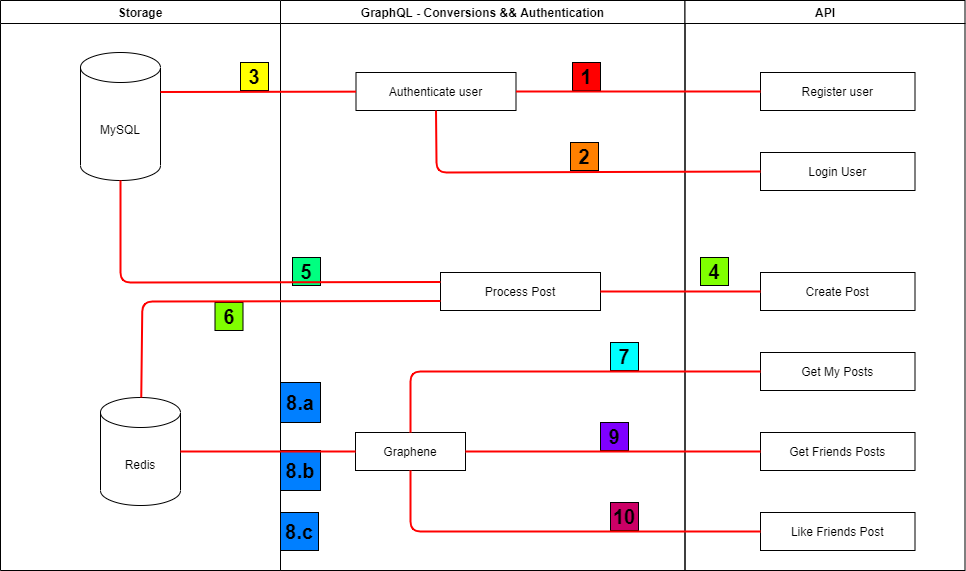
Above: images/Architecture.png in Skhendle/Blogger-Block (draw.io), before the change. Source tidied: cells renumbered, new cells last; positions are measured from the earlier drawing's top-left corner, leaving out a move shared by most shapes.
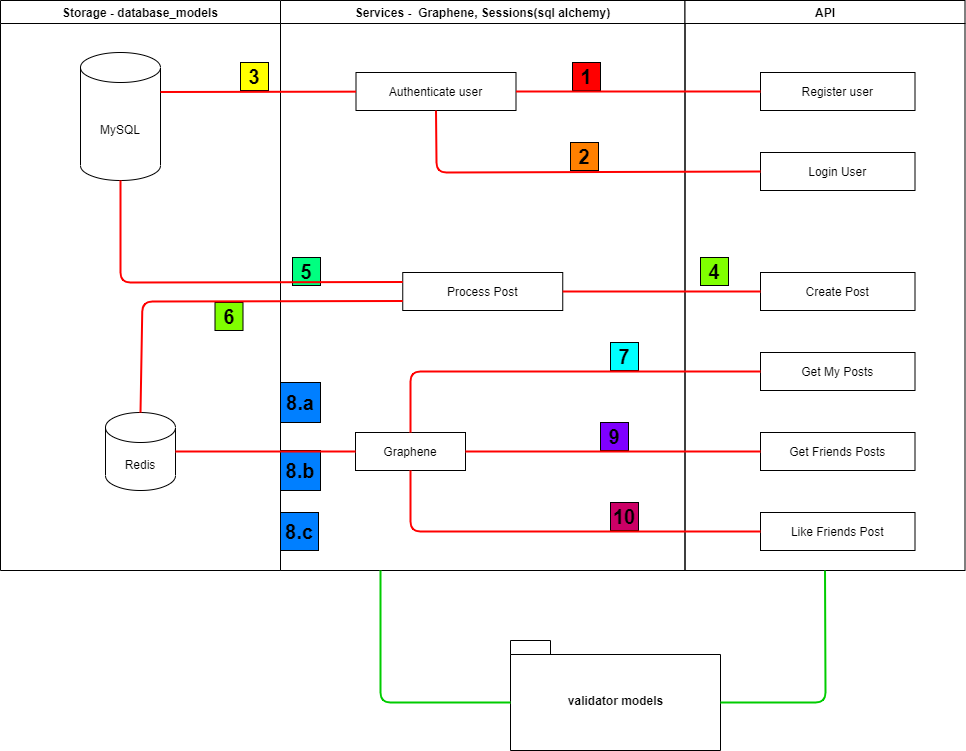
After the change.

Change to the diagram source:
```diff
@@ -2,7 +2,7 @@
   <root>
     <mxCell id="0" />
     <mxCell id="1" parent="0" />
-    <mxCell id="2" value="Storage" style="swimlane;whiteSpace=wrap;" parent="1" vertex="1">
+    <mxCell id="2" value="Storage - database_models" style="swimlane;whiteSpace=wrap;" parent="1" vertex="1">
       <mxGeometry width="280" height="570" as="geometry" />
     </mxCell>
     <mxCell id="3" value="&lt;b&gt;&lt;font style=&quot;font-size: 20px&quot;&gt;3&lt;/font&gt;&lt;/b&gt;" style="whiteSpace=wrap;html=1;fillColor=#FFFF00;" parent="2" vertex="1">
@@ -15,9 +15,9 @@
       <mxGeometry x="80" y="52" width="80" height="128" as="geometry" />
     </mxCell>
     <mxCell id="6" value="Redis" style="shape=cylinder3;whiteSpace=wrap;html=1;boundedLbl=1;backgroundOutline=1;size=15;" parent="2" vertex="1">
-      <mxGeometry x="100" y="397" width="80" height="108" as="geometry" />
+      <mxGeometry x="105" y="412" width="70" height="78" as="geometry" />
     </mxCell>
-    <mxCell id="7" value="GraphQL - Conversions &amp;&amp; Authentication" style="swimlane;whiteSpace=wrap;" parent="1" vertex="1">
+    <mxCell id="7" value="Services -  Graphene, Sessions(sql alchemy)" style="swimlane;whiteSpace=wrap;" parent="1" vertex="1">
       <mxGeometry x="280" width="404.5" height="570" as="geometry" />
     </mxCell>
     <mxCell id="8" value="Graphene" parent="7" vertex="1">
@@ -27,7 +27,7 @@
       <mxGeometry x="75.5" y="72" width="160" height="38" as="geometry" />
     </mxCell>
     <mxCell id="10" value="Process Post" parent="7" vertex="1">
-      <mxGeometry x="160" y="272" width="160" height="38" as="geometry" />
+      <mxGeometry x="122.2" y="272" width="160" height="38" as="geometry" />
     </mxCell>
     <mxCell id="11" value="&lt;b&gt;&lt;font style=&quot;font-size: 20px&quot;&gt;2&lt;/font&gt;&lt;/b&gt;" style="whiteSpace=wrap;html=1;fillColor=#FF8000;" parent="7" vertex="1">
       <mxGeometry x="290" y="142" width="28" height="28" as="geometry" />
@@ -107,7 +107,7 @@
         </Array>
       </mxGeometry>
     </mxCell>
-    <mxCell id="33" style="endArrow=none;html=1;strokeColor=#FF0000;entryX=0;entryY=0.5;entryDx=0;entryDy=0;strokeWidth=2;" parent="1" edge="1" source="6" target="8">
+    <mxCell id="33" style="endArrow=none;html=1;strokeColor=#FF0000;entryX=0;entryY=0.5;entryDx=0;entryDy=0;strokeWidth=2;exitX=1;exitY=0.5;exitDx=0;exitDy=0;exitPerimeter=0;" parent="1" edge="1" source="6" target="8">
       <mxGeometry relative="1" as="geometry" />
     </mxCell>
     <mxCell id="34" style="endArrow=none;html=1;strokeColor=#FF0000;strokeWidth=2;exitX=1;exitY=0;exitDx=0;exitDy=39.5;exitPerimeter=0;" parent="1" edge="1" source="5" target="9">
@@ -123,12 +123,30 @@
         </Array>
       </mxGeometry>
     </mxCell>
-    <mxCell id="37" style="endArrow=none;html=1;strokeColor=#FF0000;entryX=0;entryY=0.75;entryDx=0;entryDy=0;strokeWidth=2;" parent="1" edge="1" source="6" target="10">
+    <mxCell id="37" style="endArrow=none;html=1;strokeColor=#FF0000;entryX=0;entryY=0.75;entryDx=0;entryDy=0;strokeWidth=2;exitX=0.5;exitY=0;exitDx=0;exitDy=0;exitPerimeter=0;" parent="1" edge="1" source="6" target="10">
       <mxGeometry relative="1" as="geometry">
         <Array as="points">
           <mxPoint x="142" y="301" />
         </Array>
       </mxGeometry>
     </mxCell>
+    <mxCell id="38" value="validator models" style="shape=folder;fontStyle=1;spacingTop=10;tabWidth=40;tabHeight=14;tabPosition=left;html=1;" parent="1" vertex="1">
+      <mxGeometry x="510" y="640" width="210" height="110" as="geometry" />
+    </mxCell>
+    <mxCell id="39" style="endArrow=none;html=1;strokeWidth=2;strokeColor=#00CC00;exitX=0;exitY=0;exitDx=210;exitDy=62;exitPerimeter=0;entryX=0.5;entryY=1;entryDx=0;entryDy=0;" parent="1" edge="1" source="38" target="20">
+      <mxGeometry relative="1" as="geometry">
+        <Array as="points">
+          <mxPoint x="825" y="702" />
+        </Array>
+      </mxGeometry>
+    </mxCell>
+    <mxCell id="40" style="endArrow=none;html=1;strokeWidth=2;strokeColor=#00CC00;exitX=0;exitY=0;exitDx=0;exitDy=62;exitPerimeter=0;" parent="1" edge="1" source="38">
+      <mxGeometry relative="1" as="geometry">
+        <mxPoint x="380" y="570" as="targetPoint" />
+        <Array as="points">
+          <mxPoint x="380" y="702" />
+        </Array>
+      </mxGeometry>
+    </mxCell>
   </root>
 </mxGraphModel>
```
